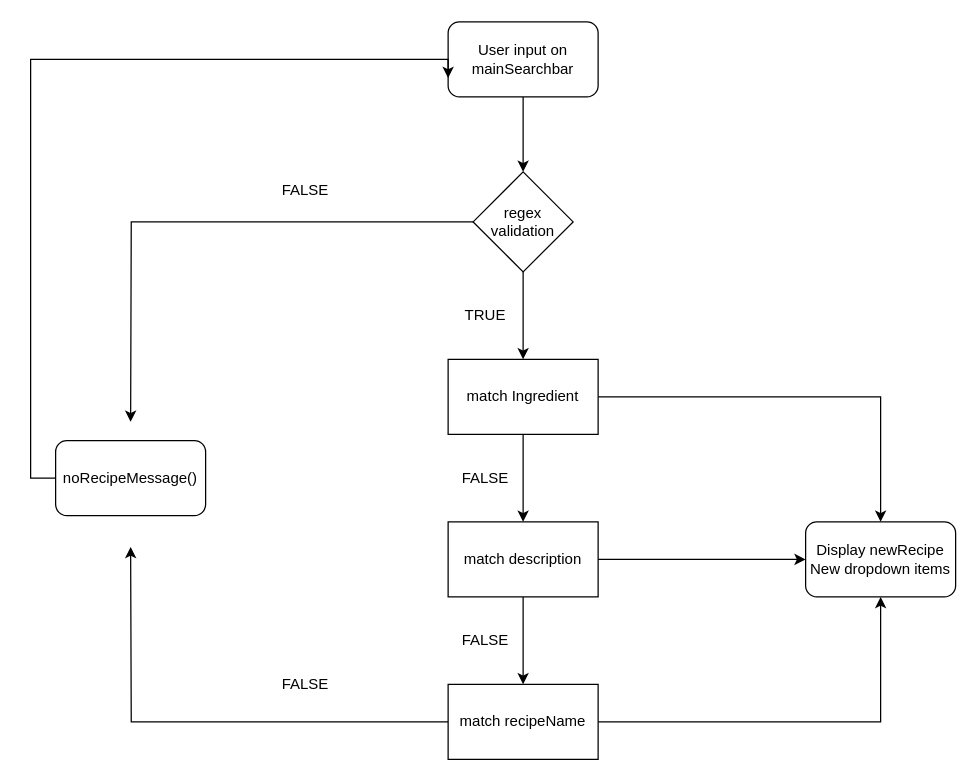
This is Fiche d'investigation fonctionnalité - recherche principale.drawio from loumorganrene/LesPetitsPlats, a draw.io file, before an edit. Source tidied: cells renumbered, new cells numbered last; positions are measured from the earlier drawing's top-left corner, leaving out a move shared by most shapes. Both pictures are drawn from the tidied source at 125%, with x=0, y=0 at pixel (30, 21).
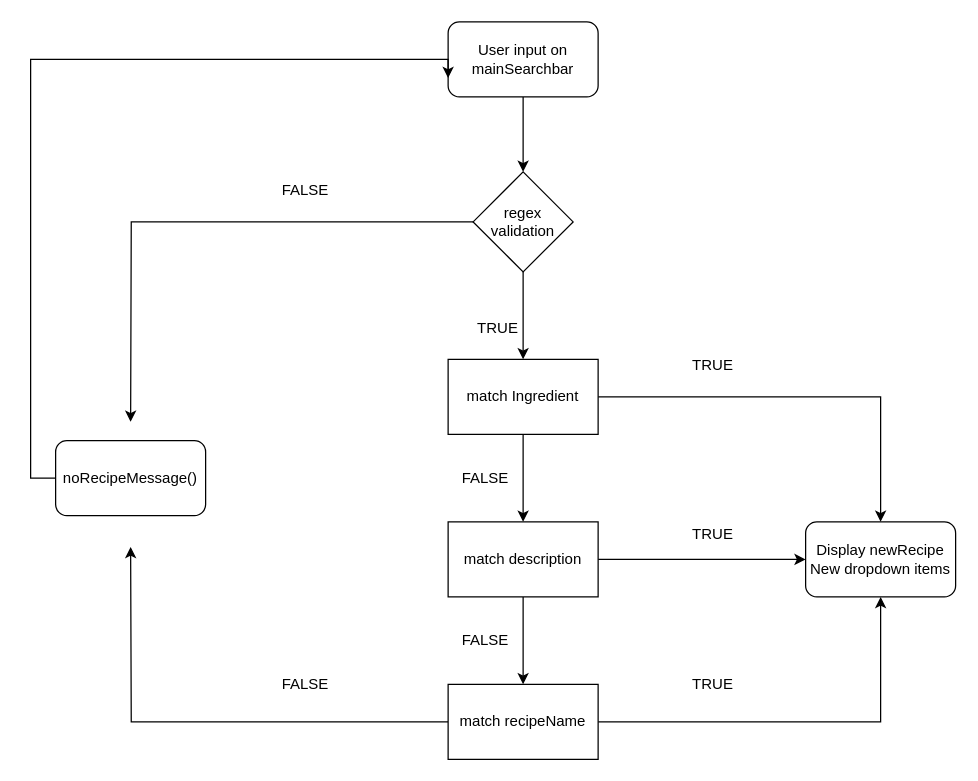
Above is the later version.

Commit message:
Mettre à jour Fiche d'investigation fonctionnalité - recherche principale.drawio

What changed in the source:
```diff
@@
     <mxCell id="22" value="TRUE" style="text;html=1;strokeColor=none;fillColor=none;align=center;verticalAlign=middle;whiteSpace=wrap;rounded=0;" parent="1" vertex="1">
-      <mxGeometry x="334" y="220" width="60" height="30" as="geometry" />
+      <mxGeometry x="516" y="260" width="60" height="30" as="geometry" />
     </mxCell>
@@
+    <mxCell id="24" value="TRUE" style="text;html=1;strokeColor=none;fillColor=none;align=center;verticalAlign=middle;whiteSpace=wrap;rounded=0;" parent="1" vertex="1">
+      <mxGeometry x="344" y="230" width="60" height="30" as="geometry" />
+    </mxCell>
+    <mxCell id="25" value="TRUE" style="text;html=1;strokeColor=none;fillColor=none;align=center;verticalAlign=middle;whiteSpace=wrap;rounded=0;" parent="1" vertex="1">
+      <mxGeometry x="516" y="395" width="60" height="30" as="geometry" />
+    </mxCell>
+    <mxCell id="26" value="TRUE" style="text;html=1;strokeColor=none;fillColor=none;align=center;verticalAlign=middle;whiteSpace=wrap;rounded=0;" parent="1" vertex="1">
+      <mxGeometry x="516" y="515" width="60" height="30" as="geometry" />
+    </mxCell>
```
